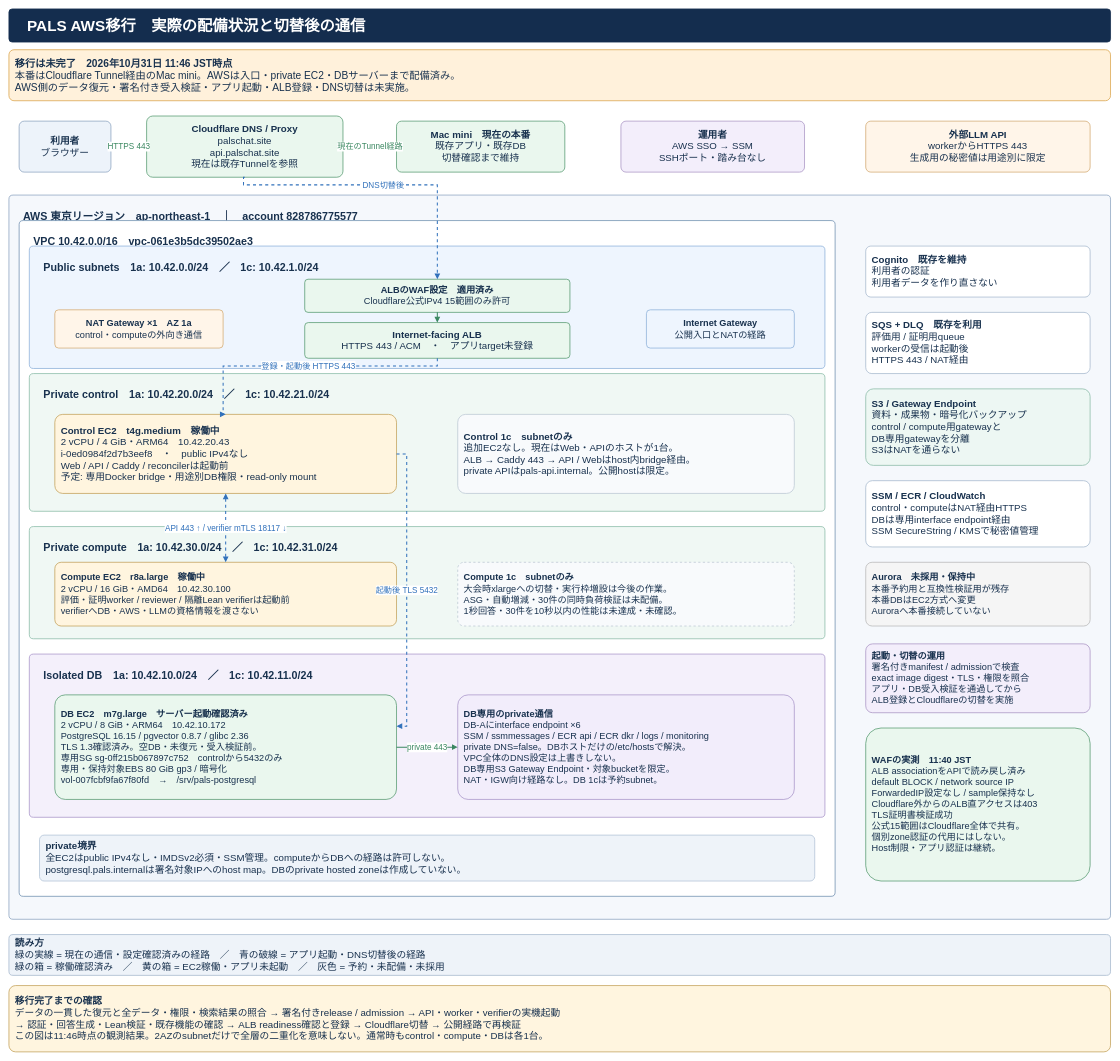
The draw.io diagram docs/diagrams/pals-aws-private-target.drawio in AtsushiHosaka/pals, before the edit. Source tidied: cells renumbered, new cells numbered last; positions are measured from the earlier drawing's top-left corner, leaving out a move shared by most shapes. Both pictures are drawn from the tidied source at 51%, with x=0, y=0 at pixel (9, 9).
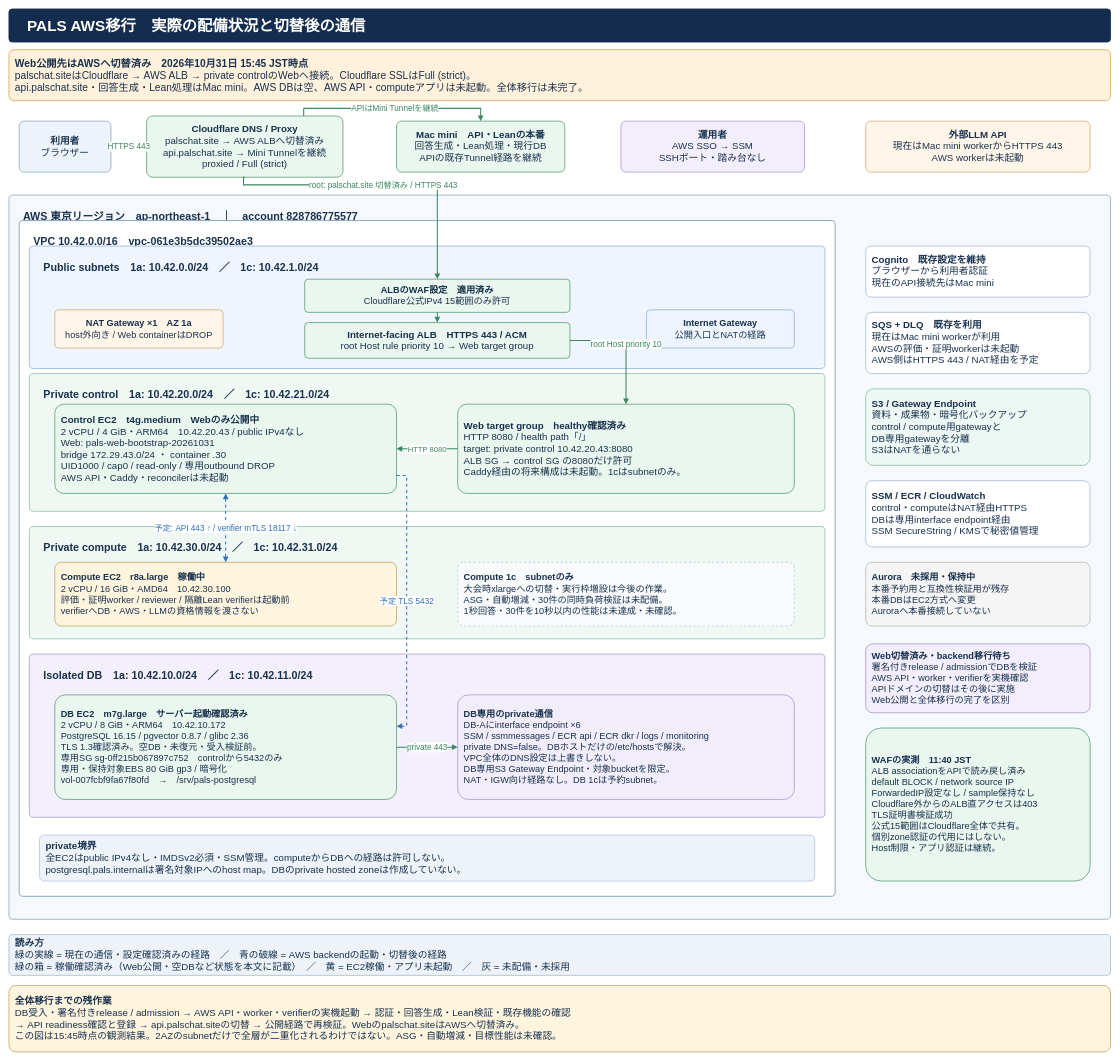
The same diagram, later.

Commit message (it also covers changes not shown here):
docs: show AWS web cutover with API and Lean still on Mini

The change refers to these unchanged cells:
```xml
<mxCell id="15" value="&lt;b&gt;ALBのWAF設定　適用済み&lt;/b&gt;&lt;br&gt;Cloudflare公式IPv4 15範囲のみ許可" style="rounded=1;arcSize=10;whiteSpace=wrap;html=1;fillColor=#eaf7ee;strokeColor=#579a72;strokeWidth=1.5;fontSize=18;fontColor=#18314e;fontFamily=Hiragino Sans,Noto Sans JP,Arial;align=center;verticalAlign=middle;spacing=12;" parent="1" vertex="1">
  <mxGeometry x="580" y="530" width="520" height="65" as="geometry" />
</mxCell>
<mxCell id="21" value="&lt;b&gt;Compute EC2　r8a.large　稼働中&lt;/b&gt;&lt;br&gt;2 vCPU / 16 GiB・AMD64　10.42.30.100&lt;br&gt;評価・証明worker / reviewer / 隔離Lean verifierは起動前&lt;br&gt;verifierへDB・AWS・LLMの資格情報を渡さない" style="rounded=1;arcSize=10;whiteSpace=wrap;html=1;fillColor=#fff5df;strokeColor=#c3a15a;strokeWidth=1.5;fontSize=18;fontColor=#18314e;fontFamily=Hiragino Sans,Noto Sans JP,Arial;align=left;verticalAlign=middle;spacing=12;" parent="1" vertex="1">
  <mxGeometry x="90" y="1085" width="670" height="125" as="geometry" />
</mxCell>
<mxCell id="23" value="&lt;b&gt;DB EC2　m7g.large　サーバー起動確認済み&lt;/b&gt;&lt;br&gt;2 vCPU / 8 GiB・ARM64　10.42.10.172&lt;br&gt;PostgreSQL 16.15 / pgvector 0.8.7 / glibc 2.36&lt;br&gt;TLS 1.3確認済み。空DB・未復元・受入検証前。&lt;br&gt;専用SG sg-0ff215b067897c752　controlから5432のみ&lt;br&gt;専用・保持対象EBS 80 GiB gp3 / 暗号化&lt;br&gt;vol-007fcbf9fa67f80fd　→　/srv/pals-postgresql" style="rounded=1;arcSize=10;whiteSpace=wrap;html=1;fillColor=#eaf7ee;strokeColor=#579a72;strokeWidth=1.5;fontSize=18;fontColor=#18314e;fontFamily=Hiragino Sans,Noto Sans JP,Arial;align=left;verticalAlign=middle;spacing=12;" parent="1" vertex="1">
  <mxGeometry x="90" y="1345" width="670" height="205" as="geometry" />
</mxCell>
```

Diff of the diagram source:
```diff
@@
-    <mxCell id="3" value="&lt;b&gt;移行は未完了　2026年10月31日 11:46 JST時点&lt;/b&gt;&lt;br&gt;本番はCloudflare Tunnel経由のMac mini。AWSは入口・private EC2・DBサーバーまで配備済み。&lt;br&gt;AWS側のデータ復元・署名付き受入検証・アプリ起動・ALB登録・DNS切替は未実施。" style="rounded=1;arcSize=10;whiteSpace=wrap;html=1;fillColor=#fff1db;strokeColor=#dba54d;strokeWidth=1.5;fontSize=20;fontColor=#18314e;fontFamily=Hiragino Sans,Noto Sans JP,Arial;align=left;verticalAlign=middle;spacing=12;" parent="1" vertex="1">
+    <mxCell id="3" value="&lt;b&gt;Web公開先はAWSへ切替済み　2026年10月31日 15:45 JST時点&lt;/b&gt;&lt;br&gt;palschat.siteはCloudflare → AWS ALB → private controlのWebへ接続。Cloudflare SSLはFull (strict)。&lt;br&gt;api.palschat.site・回答生成・Lean処理はMac mini。AWS DBは空、AWS API・computeアプリは未起動。全体移行は未完了。" style="rounded=1;arcSize=10;whiteSpace=wrap;html=1;fillColor=#fff1db;strokeColor=#dba54d;strokeWidth=1.5;fontSize=20;fontColor=#18314e;fontFamily=Hiragino Sans,Noto Sans JP,Arial;align=left;verticalAlign=middle;spacing=12;" parent="1" vertex="1">
       <mxGeometry y="80" width="2160" height="100" as="geometry" />
     </mxCell>
@@
-    <mxCell id="11" value="&lt;b&gt;Cloudflare DNS / Proxy&lt;/b&gt;&lt;br&gt;palschat.site&lt;br&gt;api.palschat.site&lt;br&gt;現在は既存Tunnelを参照" style="rounded=1;arcSize=10;whiteSpace=wrap;html=1;fillColor=#eaf7ee;strokeColor=#579a72;strokeWidth=1.5;fontSize=19;fontColor=#18314e;fontFamily=Hiragino Sans,Noto Sans JP,Arial;align=center;verticalAlign=middle;spacing=12;" parent="1" vertex="1">
+    <mxCell id="11" value="&lt;b&gt;Cloudflare DNS / Proxy&lt;/b&gt;&lt;br&gt;palschat.site → AWS ALBへ切替済み&lt;br&gt;api.palschat.site → Mini Tunnelを継続&lt;br&gt;proxied / Full (strict)" style="rounded=1;arcSize=10;whiteSpace=wrap;html=1;fillColor=#eaf7ee;strokeColor=#579a72;strokeWidth=1.5;fontSize=19;fontColor=#18314e;fontFamily=Hiragino Sans,Noto Sans JP,Arial;align=center;verticalAlign=middle;spacing=12;" parent="1" vertex="1">
       <mxGeometry x="270" y="210" width="385" height="120" as="geometry" />
     </mxCell>
-    <mxCell id="12" value="&lt;b&gt;Mac mini　現在の本番&lt;/b&gt;&lt;br&gt;既存アプリ・既存DB&lt;br&gt;切替確認まで維持" style="rounded=1;arcSize=10;whiteSpace=wrap;html=1;fillColor=#eaf7ee;strokeColor=#579a72;strokeWidth=1.5;fontSize=19;fontColor=#18314e;fontFamily=Hiragino Sans,Noto Sans JP,Arial;align=center;verticalAlign=middle;spacing=12;" parent="1" vertex="1">
+    <mxCell id="12" value="&lt;b&gt;Mac mini　API・Leanの本番&lt;/b&gt;&lt;br&gt;回答生成・Lean処理・現行DB&lt;br&gt;APIの既存Tunnel経路を継続" style="rounded=1;arcSize=10;whiteSpace=wrap;html=1;fillColor=#eaf7ee;strokeColor=#579a72;strokeWidth=1.5;fontSize=19;fontColor=#18314e;fontFamily=Hiragino Sans,Noto Sans JP,Arial;align=center;verticalAlign=middle;spacing=12;" parent="1" vertex="1">
       <mxGeometry x="760" y="220" width="330" height="100" as="geometry" />
     </mxCell>
@@
-    <mxCell id="14" value="&lt;b&gt;外部LLM API&lt;/b&gt;&lt;br&gt;workerからHTTPS 443&lt;br&gt;生成用の秘密値は用途別に限定" style="rounded=1;arcSize=10;whiteSpace=wrap;html=1;fillColor=#fff5e9;strokeColor=#d3aa73;strokeWidth=1.5;fontSize=19;fontColor=#18314e;fontFamily=Hiragino Sans,Noto Sans JP,Arial;align=center;verticalAlign=middle;spacing=12;" parent="1" vertex="1">
+    <mxCell id="14" value="&lt;b&gt;外部LLM API&lt;/b&gt;&lt;br&gt;現在はMac mini workerからHTTPS 443&lt;br&gt;AWS workerは未起動" style="rounded=1;arcSize=10;whiteSpace=wrap;html=1;fillColor=#fff5e9;strokeColor=#d3aa73;strokeWidth=1.5;fontSize=19;fontColor=#18314e;fontFamily=Hiragino Sans,Noto Sans JP,Arial;align=center;verticalAlign=middle;spacing=12;" parent="1" vertex="1">
       <mxGeometry x="1680" y="220" width="440" height="100" as="geometry" />
     </mxCell>
@@
-    <mxCell id="16" value="&lt;b&gt;Internet-facing ALB&lt;/b&gt;&lt;br&gt;HTTPS 443 / ACM　・　アプリtarget未登録" style="rounded=1;arcSize=10;whiteSpace=wrap;html=1;fillColor=#eaf7ee;strokeColor=#579a72;strokeWidth=1.5;fontSize=19;fontColor=#18314e;fontFamily=Hiragino Sans,Noto Sans JP,Arial;align=center;verticalAlign=middle;spacing=12;" parent="1" vertex="1">
+    <mxCell id="16" value="&lt;b&gt;Internet-facing ALB　HTTPS 443 / ACM&lt;/b&gt;&lt;br&gt;root Host rule priority 10 → Web target group" style="rounded=1;arcSize=10;whiteSpace=wrap;html=1;fillColor=#eaf7ee;strokeColor=#579a72;strokeWidth=1.5;fontSize=19;fontColor=#18314e;fontFamily=Hiragino Sans,Noto Sans JP,Arial;align=center;verticalAlign=middle;spacing=12;" parent="1" vertex="1">
       <mxGeometry x="580" y="615" width="520" height="70" as="geometry" />
     </mxCell>
-    <mxCell id="17" value="&lt;b&gt;NAT Gateway ×1　AZ 1a&lt;/b&gt;&lt;br&gt;control・computeの外向き通信" style="rounded=1;arcSize=10;whiteSpace=wrap;html=1;fillColor=#fff5e9;strokeColor=#d3aa73;strokeWidth=1.5;fontSize=18;fontColor=#18314e;fontFamily=Hiragino Sans,Noto Sans JP,Arial;align=center;verticalAlign=middle;spacing=12;" parent="1" vertex="1">
+    <mxCell id="17" value="&lt;b&gt;NAT Gateway ×1　AZ 1a&lt;/b&gt;&lt;br&gt;host外向き / Web containerはDROP" style="rounded=1;arcSize=10;whiteSpace=wrap;html=1;fillColor=#fff5e9;strokeColor=#d3aa73;strokeWidth=1.5;fontSize=18;fontColor=#18314e;fontFamily=Hiragino Sans,Noto Sans JP,Arial;align=center;verticalAlign=middle;spacing=12;" parent="1" vertex="1">
       <mxGeometry x="90" y="590" width="330" height="75" as="geometry" />
     </mxCell>
@@
-    <mxCell id="19" value="&lt;b&gt;Control EC2　t4g.medium　稼働中&lt;/b&gt;&lt;br&gt;2 vCPU / 4 GiB・ARM64　10.42.20.43&lt;br&gt;i-0ed0984f2d7b3eef8　・　public IPv4なし&lt;br&gt;Web / API / Caddy / reconcilerは起動前&lt;br&gt;予定: 専用Docker bridge・用途別DB権限・read-only mount" style="rounded=1;arcSize=10;whiteSpace=wrap;html=1;fillColor=#fff5df;strokeColor=#c3a15a;strokeWidth=1.5;fontSize=19;fontColor=#18314e;fontFamily=Hiragino Sans,Noto Sans JP,Arial;align=left;verticalAlign=middle;spacing=12;" parent="1" vertex="1">
-      <mxGeometry x="90" y="795" width="670" height="155" as="geometry" />
+    <mxCell id="19" value="&lt;b&gt;Control EC2　t4g.medium　Webのみ公開中&lt;/b&gt;&lt;br&gt;2 vCPU / 4 GiB・ARM64　10.42.20.43 / public IPv4なし&lt;br&gt;Web: pals-web-bootstrap-20261031&lt;br&gt;bridge 172.29.43.0/24 ・ container .30&lt;br&gt;UID1000 / cap0 / read-only / 専用outbound DROP&lt;br&gt;AWS API・Caddy・reconcilerは未起動" style="rounded=1;arcSize=10;whiteSpace=wrap;html=1;fillColor=#eaf7ee;strokeColor=#579a72;strokeWidth=1.5;fontSize=19;fontColor=#18314e;fontFamily=Hiragino Sans,Noto Sans JP,Arial;align=left;verticalAlign=middle;spacing=12;" parent="1" vertex="1">
+      <mxGeometry x="90" y="775" width="670" height="175" as="geometry" />
     </mxCell>
-    <mxCell id="20" value="&lt;b&gt;Control 1c　subnetのみ&lt;/b&gt;&lt;br&gt;追加EC2なし。現在はWeb・APIのホストが1台。&lt;br&gt;ALB → Caddy 443 → API / Webはhost内bridge経由。&lt;br&gt;private APIはpals-api.internal。公開hostは限定。" style="rounded=1;arcSize=10;whiteSpace=wrap;html=1;fillColor=#f8fafc;strokeColor=#bdc8d4;strokeWidth=1.5;fontSize=19;fontColor=#18314e;fontFamily=Hiragino Sans,Noto Sans JP,Arial;align=left;verticalAlign=middle;spacing=12;" parent="1" vertex="1">
-      <mxGeometry x="880" y="795" width="660" height="155" as="geometry" />
+    <mxCell id="20" value="&lt;b&gt;Web target group　healthy確認済み&lt;/b&gt;&lt;br&gt;HTTP 8080 / health path「/」&lt;br&gt;target: private control 10.42.20.43:8080&lt;br&gt;ALB SG → control SG の8080だけ許可&lt;br&gt;Caddy経由の将来構成は未起動。1cはsubnetのみ。" style="rounded=1;arcSize=10;whiteSpace=wrap;html=1;fillColor=#eaf7ee;strokeColor=#579a72;strokeWidth=1.5;fontSize=19;fontColor=#18314e;fontFamily=Hiragino Sans,Noto Sans JP,Arial;align=left;verticalAlign=middle;spacing=12;" parent="1" vertex="1">
+      <mxGeometry x="880" y="775" width="660" height="175" as="geometry" />
     </mxCell>
@@
-    <mxCell id="26" value="&lt;b&gt;Cognito　既存を維持&lt;/b&gt;&lt;br&gt;利用者の認証&lt;br&gt;利用者データを作り直さない" style="rounded=1;arcSize=10;whiteSpace=wrap;html=1;fillColor=#ffffff;strokeColor=#a6b9ce;strokeWidth=1.5;fontSize=19;fontColor=#18314e;fontFamily=Hiragino Sans,Noto Sans JP,Arial;align=left;verticalAlign=middle;spacing=12;" parent="1" vertex="1">
+    <mxCell id="26" value="&lt;b&gt;Cognito　既存設定を維持&lt;/b&gt;&lt;br&gt;ブラウザーから利用者認証&lt;br&gt;現在のAPI接続先はMac mini" style="rounded=1;arcSize=10;whiteSpace=wrap;html=1;fillColor=#ffffff;strokeColor=#a6b9ce;strokeWidth=1.5;fontSize=19;fontColor=#18314e;fontFamily=Hiragino Sans,Noto Sans JP,Arial;align=left;verticalAlign=middle;spacing=12;" parent="1" vertex="1">
       <mxGeometry x="1680" y="465" width="440" height="100" as="geometry" />
     </mxCell>
-    <mxCell id="27" value="&lt;b&gt;SQS + DLQ　既存を利用&lt;/b&gt;&lt;br&gt;評価用 / 証明用queue&lt;br&gt;workerの受信は起動後&lt;br&gt;HTTPS 443 / NAT経由" style="rounded=1;arcSize=10;whiteSpace=wrap;html=1;fillColor=#ffffff;strokeColor=#a6b9ce;strokeWidth=1.5;fontSize=19;fontColor=#18314e;fontFamily=Hiragino Sans,Noto Sans JP,Arial;align=left;verticalAlign=middle;spacing=12;" parent="1" vertex="1">
+    <mxCell id="27" value="&lt;b&gt;SQS + DLQ　既存を利用&lt;/b&gt;&lt;br&gt;現在はMac mini workerが利用&lt;br&gt;AWSの評価・証明workerは未起動&lt;br&gt;AWS側はHTTPS 443 / NAT経由を予定" style="rounded=1;arcSize=10;whiteSpace=wrap;html=1;fillColor=#ffffff;strokeColor=#a6b9ce;strokeWidth=1.5;fontSize=19;fontColor=#18314e;fontFamily=Hiragino Sans,Noto Sans JP,Arial;align=left;verticalAlign=middle;spacing=12;" parent="1" vertex="1">
       <mxGeometry x="1680" y="595" width="440" height="120" as="geometry" />
     </mxCell>
@@
-    <mxCell id="31" value="&lt;b&gt;起動・切替の運用&lt;/b&gt;&lt;br&gt;署名付きmanifest / admissionで検査&lt;br&gt;exact image digest・TLS・権限を照合&lt;br&gt;アプリ・DB受入検証を通過してから&lt;br&gt;ALB登録とCloudflareの切替を実施" style="rounded=1;arcSize=10;whiteSpace=wrap;html=1;fillColor=#f3eefb;strokeColor=#aa95c4;strokeWidth=1.5;fontSize=18;fontColor=#18314e;fontFamily=Hiragino Sans,Noto Sans JP,Arial;align=left;verticalAlign=middle;spacing=12;" parent="1" vertex="1">
+    <mxCell id="31" value="&lt;b&gt;Web切替済み・backend移行待ち&lt;/b&gt;&lt;br&gt;署名付きrelease / admissionでDBを検証&lt;br&gt;AWS API・worker・verifierを実機確認&lt;br&gt;APIドメインの切替はその後に実施&lt;br&gt;Web公開と全体移行の完了を区別" style="rounded=1;arcSize=10;whiteSpace=wrap;html=1;fillColor=#f3eefb;strokeColor=#aa95c4;strokeWidth=1.5;fontSize=18;fontColor=#18314e;fontFamily=Hiragino Sans,Noto Sans JP,Arial;align=left;verticalAlign=middle;spacing=12;" parent="1" vertex="1">
       <mxGeometry x="1680" y="1245" width="440" height="135" as="geometry" />
     </mxCell>
@@
-    <mxCell id="34" value="現在のTunnel経路" style="edgeStyle=orthogonalEdgeStyle;rounded=0;jettySize=auto;html=1;endArrow=block;endFill=1;strokeColor=#3a8760;strokeWidth=2;dashed=0;fontSize=16;fontFamily=Hiragino Sans,Noto Sans JP,Arial;fontColor=#3a8760;labelBackgroundColor=#ffffff;exitX=1;exitY=0.5;entryX=0;entryY=0.5;" parent="1" edge="1" source="11" target="12">
-      <mxGeometry relative="1" as="geometry" />
+    <mxCell id="34" value="APIはMini Tunnelを継続" style="edgeStyle=orthogonalEdgeStyle;rounded=0;jettySize=auto;html=1;endArrow=block;endFill=1;strokeColor=#3a8760;strokeWidth=2;dashed=0;fontSize=16;fontFamily=Hiragino Sans,Noto Sans JP,Arial;fontColor=#3a8760;labelBackgroundColor=#ffffff;exitX=0.8;exitY=0;entryX=0.5;entryY=0;" parent="1" edge="1" source="11" target="12">
+      <mxGeometry relative="1" as="geometry">
+        <Array as="points">
+          <mxPoint x="578" y="195" />
+          <mxPoint x="925" y="195" />
+        </Array>
+      </mxGeometry>
     </mxCell>
-    <mxCell id="35" value="DNS切替後" style="edgeStyle=orthogonalEdgeStyle;rounded=0;jettySize=auto;html=1;endArrow=block;endFill=1;strokeColor=#3171bb;strokeWidth=2;dashed=1;fontSize=16;fontFamily=Hiragino Sans,Noto Sans JP,Arial;fontColor=#3171bb;labelBackgroundColor=#ffffff;exitX=0.5;exitY=1;entryX=0.5;entryY=0;" parent="1" edge="1" source="11" target="15">
+    <mxCell id="35" value="root: palschat.site 切替済み / HTTPS 443" style="edgeStyle=orthogonalEdgeStyle;rounded=0;jettySize=auto;html=1;endArrow=block;endFill=1;strokeColor=#3a8760;strokeWidth=2;dashed=0;fontSize=16;fontFamily=Hiragino Sans,Noto Sans JP,Arial;fontColor=#3a8760;labelBackgroundColor=#ffffff;exitX=0.5;exitY=1;entryX=0.5;entryY=0;" parent="1" edge="1" source="11" target="15">
       <mxGeometry relative="1" as="geometry">
         <Array as="points">
           <mxPoint x="460" y="345" />
           <mxPoint x="840" y="345" />
         </Array>
       </mxGeometry>
     </mxCell>
@@
-    <mxCell id="37" value="登録・起動後 HTTPS 443" style="edgeStyle=orthogonalEdgeStyle;rounded=0;jettySize=auto;html=1;endArrow=block;endFill=1;strokeColor=#3171bb;strokeWidth=2;dashed=1;fontSize=16;fontFamily=Hiragino Sans,Noto Sans JP,Arial;fontColor=#3171bb;labelBackgroundColor=#ffffff;exitX=0.5;exitY=1;entryX=0.5;entryY=0;" parent="1" edge="1" source="16" target="19">
-      <mxGeometry relative="1" as="geometry">
-        <Array as="points">
-          <mxPoint x="840" y="700" />
-          <mxPoint x="420" y="700" />
-        </Array>
-      </mxGeometry>
+    <mxCell id="37" value="root Host priority 10" style="edgeStyle=orthogonalEdgeStyle;rounded=0;jettySize=auto;html=1;endArrow=block;endFill=1;strokeColor=#3a8760;strokeWidth=2;dashed=0;fontSize=16;fontFamily=Hiragino Sans,Noto Sans JP,Arial;fontColor=#3a8760;labelBackgroundColor=#ffffff;exitX=1;exitY=0.5;entryX=0.5;entryY=0;" parent="1" edge="1" source="16" target="20">
+      <mxGeometry relative="1" as="geometry" />
     </mxCell>
-    <mxCell id="38" value="API 443 ↑ / verifier mTLS 18117 ↓" style="edgeStyle=orthogonalEdgeStyle;rounded=0;jettySize=auto;html=1;endArrow=block;endFill=1;strokeColor=#3171bb;strokeWidth=2;dashed=1;fontSize=16;fontFamily=Hiragino Sans,Noto Sans JP,Arial;fontColor=#3171bb;labelBackgroundColor=#ffffff;exitX=0.5;exitY=1;entryX=0.5;entryY=0;startArrow=block;startFill=1;" parent="1" edge="1" source="19" target="21">
+    <mxCell id="38" value="予定: API 443 ↑ / verifier mTLS 18117 ↓" style="edgeStyle=orthogonalEdgeStyle;rounded=0;jettySize=auto;html=1;endArrow=block;endFill=1;strokeColor=#3171bb;strokeWidth=2;dashed=1;fontSize=16;fontFamily=Hiragino Sans,Noto Sans JP,Arial;fontColor=#3171bb;labelBackgroundColor=#ffffff;exitX=0.5;exitY=1;entryX=0.5;entryY=0;startArrow=block;startFill=1;" parent="1" edge="1" source="19" target="21">
       <mxGeometry relative="1" as="geometry" />
     </mxCell>
-    <mxCell id="39" value="起動後 TLS 5432" style="edgeStyle=orthogonalEdgeStyle;rounded=0;jettySize=auto;html=1;endArrow=block;endFill=1;strokeColor=#3171bb;strokeWidth=2;dashed=1;fontSize=16;fontFamily=Hiragino Sans,Noto Sans JP,Arial;fontColor=#3171bb;labelBackgroundColor=#ffffff;exitX=1;exitY=0.5;entryX=1;entryY=0.3;" parent="1" edge="1" source="19" target="23">
+    <mxCell id="39" value="予定 TLS 5432" style="edgeStyle=orthogonalEdgeStyle;rounded=0;jettySize=auto;html=1;endArrow=block;endFill=1;strokeColor=#3171bb;strokeWidth=2;dashed=1;fontSize=16;fontFamily=Hiragino Sans,Noto Sans JP,Arial;fontColor=#3171bb;labelBackgroundColor=#ffffff;exitX=1;exitY=0.8;entryX=1;entryY=0.3;" parent="1" edge="1" source="19" target="23">
       <mxGeometry relative="1" as="geometry" />
     </mxCell>
@@
-    <mxCell id="41" value="&lt;b&gt;読み方&lt;/b&gt;&lt;br&gt;緑の実線 = 現在の通信・設定確認済みの経路　／　青の破線 = アプリ起動・DNS切替後の経路&lt;br&gt;緑の箱 = 稼働確認済み　／　黄の箱 = EC2稼働・アプリ未起動　／　灰色 = 予約・未配備・未採用" style="rounded=1;arcSize=10;whiteSpace=wrap;html=1;fillColor=#eef3f9;strokeColor=#a6b9ce;strokeWidth=1.5;fontSize=19;fontColor=#18314e;fontFamily=Hiragino Sans,Noto Sans JP,Arial;align=left;verticalAlign=middle;spacing=12;" parent="1" vertex="1">
+    <mxCell id="41" value="&lt;b&gt;読み方&lt;/b&gt;&lt;br&gt;緑の実線 = 現在の通信・設定確認済みの経路　／　青の破線 = AWS backendの起動・切替後の経路&lt;br&gt;緑の箱 = 稼働確認済み（Web公開・空DBなど状態を本文に記載）　／　黄 = EC2稼働・アプリ未起動　／　灰 = 未配備・未採用" style="rounded=1;arcSize=10;whiteSpace=wrap;html=1;fillColor=#eef3f9;strokeColor=#a6b9ce;strokeWidth=1.5;fontSize=19;fontColor=#18314e;fontFamily=Hiragino Sans,Noto Sans JP,Arial;align=left;verticalAlign=middle;spacing=12;" parent="1" vertex="1">
       <mxGeometry y="1815" width="2160" height="80" as="geometry" />
     </mxCell>
-    <mxCell id="42" value="&lt;b&gt;移行完了までの確認&lt;/b&gt;&lt;br&gt;データの一貫した復元と全データ・権限・検索結果の照合 → 署名付きrelease / admission → API・worker・verifierの実機起動&lt;br&gt;→ 認証・回答生成・Lean検証・既存機能の確認 → ALB readiness確認と登録 → Cloudflare切替 → 公開経路で再検証&lt;br&gt;この図は11:46時点の観測結果。2AZのsubnetだけで全層の二重化を意味しない。通常時もcontrol・compute・DBは各1台。" style="rounded=1;arcSize=10;whiteSpace=wrap;html=1;fillColor=#fff5df;strokeColor=#c3a15a;strokeWidth=1.5;fontSize=19;fontColor=#18314e;fontFamily=Hiragino Sans,Noto Sans JP,Arial;align=left;verticalAlign=middle;spacing=12;" parent="1" vertex="1">
+    <mxCell id="42" value="&lt;b&gt;全体移行までの残作業&lt;/b&gt;&lt;br&gt;DB受入・署名付きrelease / admission → AWS API・worker・verifierの実機起動 → 認証・回答生成・Lean検証・既存機能の確認&lt;br&gt;→ API readiness確認と登録 → api.palschat.siteの切替 → 公開経路で再検証。Webのpalschat.siteはAWSへ切替済み。&lt;br&gt;この図は15:45時点の観測結果。2AZのsubnetだけで全層が二重化されるわけではない。ASG・自動増減・目標性能は未確認。" style="rounded=1;arcSize=10;whiteSpace=wrap;html=1;fillColor=#fff5df;strokeColor=#c3a15a;strokeWidth=1.5;fontSize=19;fontColor=#18314e;fontFamily=Hiragino Sans,Noto Sans JP,Arial;align=left;verticalAlign=middle;spacing=12;" parent="1" vertex="1">
       <mxGeometry y="1915" width="2160" height="130" as="geometry" />
     </mxCell>
+    <mxCell id="43" value="HTTP 8080" style="edgeStyle=orthogonalEdgeStyle;rounded=0;html=1;endArrow=block;endFill=1;strokeColor=#3a8760;strokeWidth=2;fontSize=15;fontFamily=Hiragino Sans,Noto Sans JP,Arial;fontColor=#3a8760;labelBackgroundColor=#ffffff;exitX=0;exitY=0.5;entryX=1;entryY=0.5;" parent="1" edge="1" source="20" target="19">
+      <mxGeometry relative="1" as="geometry" />
+    </mxCell>
```
